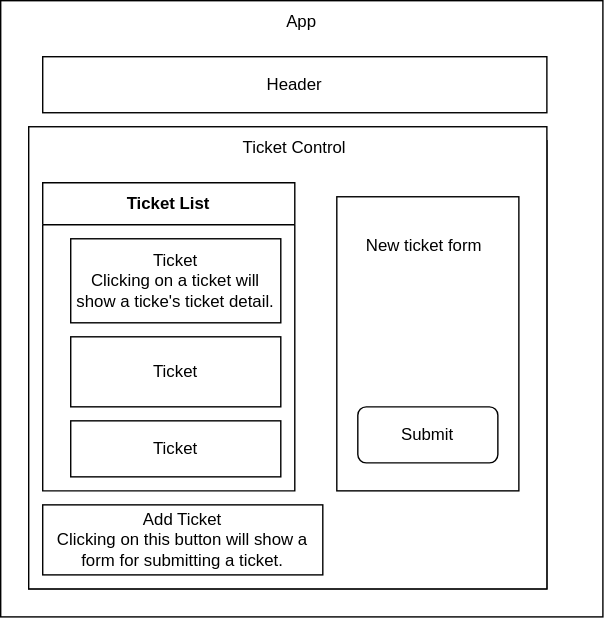
Above: src/img/component-diagram.drawio.svg in kimmykokonut/help-queue (draw.io), before the change. Source tidied: cells renumbered, new cells last; positions are measured from the earlier drawing's top-left corner, leaving out a move shared by most shapes.
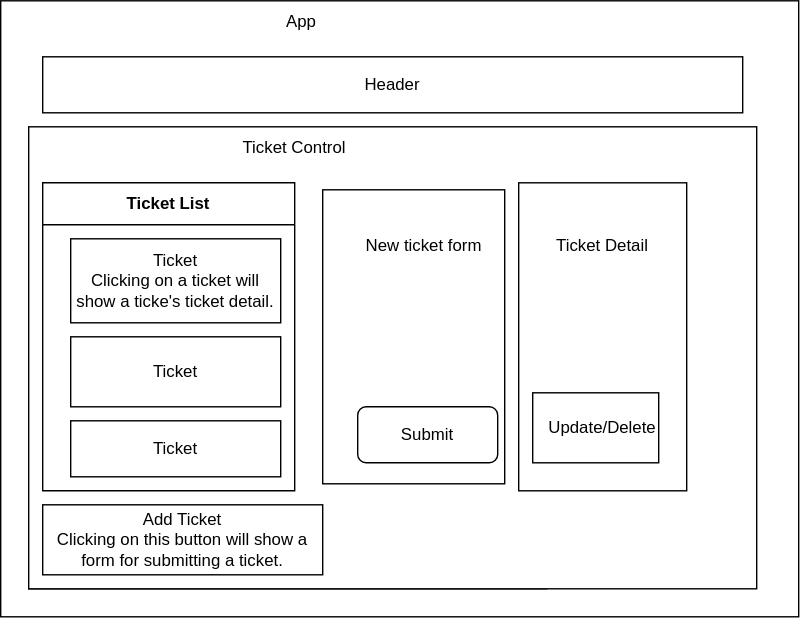
After the commit.

Diff of the diagram source:
```diff
@@ -2,14 +2,19 @@
   <root>
     <mxCell id="0" />
     <mxCell id="1" parent="0" />
+    <mxCell id="17" style="edgeStyle=none;html=1;exitX=1;exitY=0.5;exitDx=0;exitDy=0;" parent="1" edge="1" source="2">
+      <mxGeometry relative="1" as="geometry">
+        <mxPoint x="450" y="219.3" as="targetPoint" />
+      </mxGeometry>
+    </mxCell>
     <mxCell id="2" style="rounded=0;whiteSpace=wrap;html=1;" parent="1" vertex="1">
-      <mxGeometry width="430" height="440" as="geometry" />
+      <mxGeometry width="570" height="440" as="geometry" />
     </mxCell>
     <mxCell id="3" style="rounded=0;whiteSpace=wrap;html=1;" parent="1" vertex="1">
       <mxGeometry x="20" y="100" width="370" height="320" as="geometry" />
     </mxCell>
     <mxCell id="4" style="rounded=0;whiteSpace=wrap;html=1;" parent="1" vertex="1">
-      <mxGeometry x="20" y="90" width="370" height="330" as="geometry" />
+      <mxGeometry x="20" y="90" width="520" height="330" as="geometry" />
     </mxCell>
     <mxCell id="5" value="Ticket List" style="swimlane;whiteSpace=wrap;html=1;startSize=30;" parent="1" vertex="1">
       <mxGeometry x="30" y="130" width="180" height="220" as="geometry" />
@@ -24,7 +29,7 @@
       <mxGeometry x="20" y="110" width="150" height="50" as="geometry" />
     </mxCell>
     <mxCell id="9" value="Header" style="rounded=0;whiteSpace=wrap;html=1;" parent="1" vertex="1">
-      <mxGeometry x="30" y="40" width="360" height="40" as="geometry" />
+      <mxGeometry x="30" y="40" width="500" height="40" as="geometry" />
     </mxCell>
     <mxCell id="10" value="Add Ticket&lt;br&gt;Clicking on this button will show a form for submitting a ticket." style="rounded=0;whiteSpace=wrap;html=1;" parent="1" vertex="1">
       <mxGeometry x="30" y="360" width="200" height="50" as="geometry" />
@@ -36,7 +41,7 @@
       <mxGeometry x="160" y="90" width="100" height="30" as="geometry" />
     </mxCell>
     <mxCell id="13" style="rounded=0;whiteSpace=wrap;html=1;" parent="1" vertex="1">
-      <mxGeometry x="240" y="140" width="130" height="210" as="geometry" />
+      <mxGeometry x="230" y="135" width="130" height="210" as="geometry" />
     </mxCell>
     <mxCell id="14" value="New ticket form" style="text;html=1;strokeColor=none;fillColor=none;align=center;verticalAlign=middle;whiteSpace=wrap;rounded=0;" parent="1" vertex="1">
       <mxGeometry x="260" y="160" width="85" height="30" as="geometry" />
@@ -47,5 +52,20 @@
     <mxCell id="16" value="Submit" style="text;html=1;strokeColor=none;fillColor=none;align=center;verticalAlign=middle;whiteSpace=wrap;rounded=0;" parent="1" vertex="1">
       <mxGeometry x="275" y="295" width="60" height="30" as="geometry" />
     </mxCell>
+    <mxCell id="18" style="group;" parent="1" vertex="1">
+      <mxGeometry x="370" y="130" width="120" height="220" as="geometry" />
+    </mxCell>
+    <mxCell id="19" style="rounded=0;whiteSpace=wrap;html=1;" parent="18" vertex="1">
+      <mxGeometry width="120" height="220" as="geometry" />
+    </mxCell>
+    <mxCell id="20" value="Ticket Detail" style="text;html=1;strokeColor=none;fillColor=none;align=center;verticalAlign=middle;whiteSpace=wrap;rounded=0;" parent="18" vertex="1">
+      <mxGeometry x="20" y="30" width="80" height="30" as="geometry" />
+    </mxCell>
+    <mxCell id="21" style="rounded=0;whiteSpace=wrap;html=1;" parent="18" vertex="1">
+      <mxGeometry x="10" y="150" width="90" height="50" as="geometry" />
+    </mxCell>
+    <mxCell id="22" value="Update/Delete" style="text;html=1;strokeColor=none;fillColor=none;align=center;verticalAlign=middle;whiteSpace=wrap;rounded=0;" parent="18" vertex="1">
+      <mxGeometry x="30" y="160" width="60" height="30" as="geometry" />
+    </mxCell>
   </root>
 </mxGraphModel>
```
